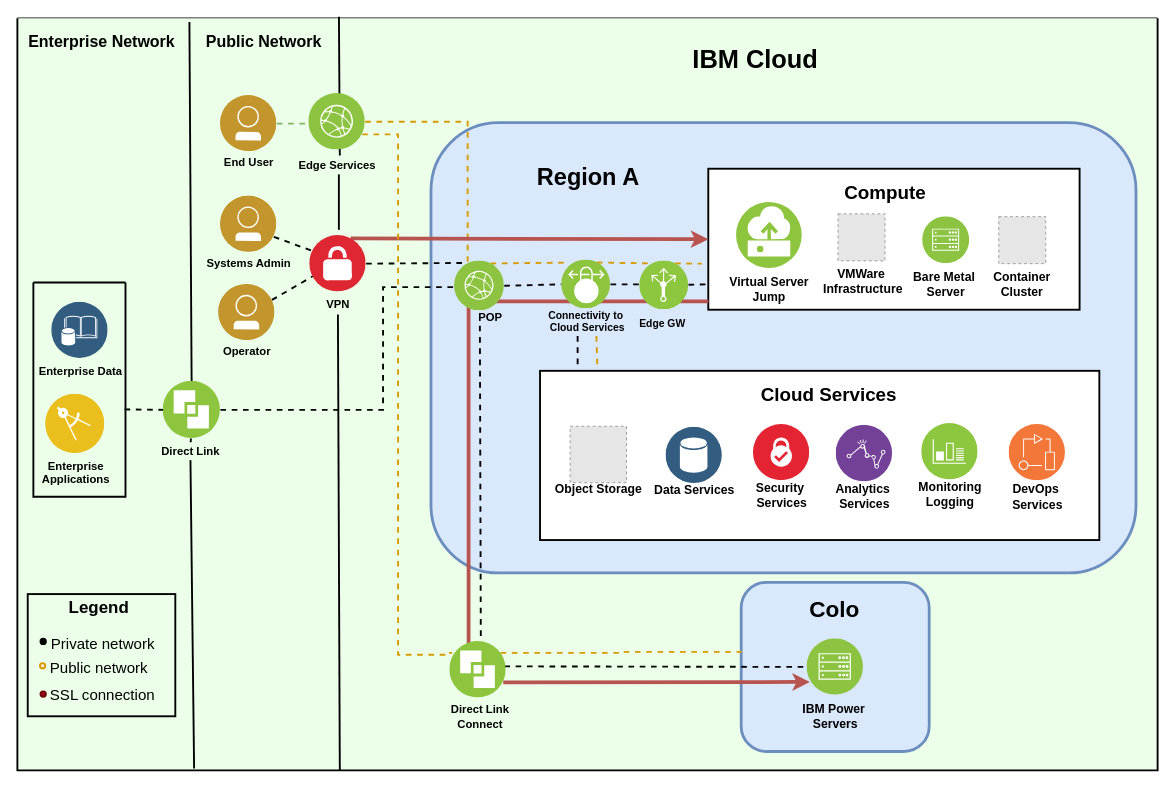
Earlier version of the draw.io diagram page "network-private-ssl" (1 of 7) of diagrams/power-iaas-diagram-enhanced.drawio (ibm-cloud-docs/power-iaas). Source tidied: cells renumbered, new cells numbered last; positions are measured from the earlier drawing's top-left corner, leaving out a move shared by most shapes. Both pictures are drawn from the tidied source at 94%, with x=0, y=0 at pixel (17, 18). Pictures stored in the file or linked from it are replaced by grey dashed boxes.
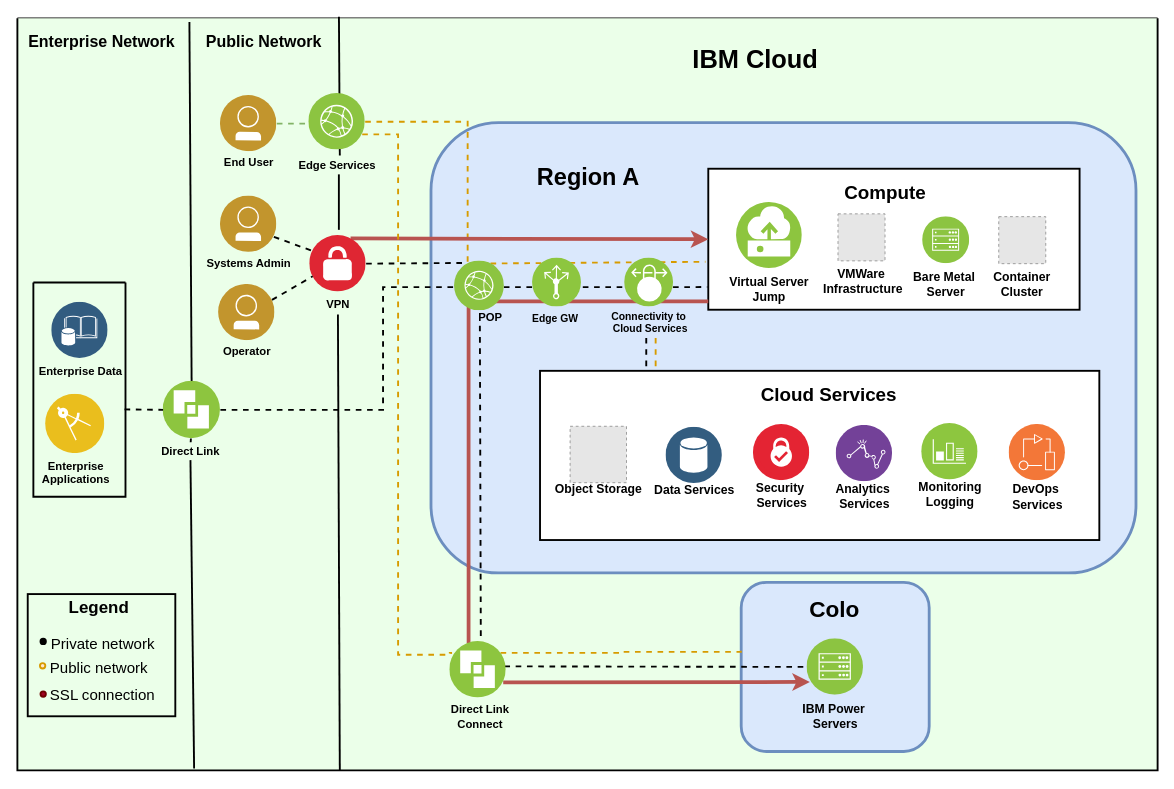
The same diagram, later.

Unchanged cells that the change refers to:
```xml
<mxCell id="4" style="swimlane;shadow=0;align=right;startSize=0;strokeWidth=2;fontStyle=1;fontSize=10;verticalAlign=top;spacingTop=-6;html=1;labelBackgroundColor=none;swimlaneLine=1;swimlaneFillColor=#EBFFE9;" parent="3" vertex="1">
  <mxGeometry width="1213" height="800" as="geometry" />
</mxCell>
<mxCell id="13" style="rounded=1;whiteSpace=wrap;html=1;labelBackgroundColor=none;fillColor=#dae8fc;fontSize=24;align=right;strokeColor=#6c8ebf;strokeWidth=3;" parent="4" vertex="1">
  <mxGeometry x="440" y="111" width="750" height="479" as="geometry" />
</mxCell>
<mxCell id="69" value="Direct Link&lt;br&gt;" style="perimeter=ellipsePerimeter;align=center;shadow=0;dashed=0;fontColor=none;labelBackgroundColor=none;fontSize=12;spacingTop=-4;image;image=img/lib/ibm/vpc/DirectLink.svg;html=1;fontStyle=1;noLabel=1;" parent="63" vertex="1">
  <mxGeometry x="155" y="386" width="61" height="61" as="geometry" />
</mxCell>
```

Diff of the diagram source:
```diff
@@
-    <mxCell id="22" style="edgeStyle=none;rounded=0;jettySize=auto;html=1;exitX=0.75;exitY=0;exitDx=0;exitDy=0;entryX=0.07;entryY=0.056;entryDx=0;entryDy=0;entryPerimeter=0;dashed=1;startArrow=none;startFill=0;endArrow=none;endFill=0;strokeWidth=2;fontSize=11;fontColor=none;fillColor=#ffe6cc;strokeColor=#d79b00;" parent="4" edge="1" source="24" target="41">
-      <mxGeometry relative="1" as="geometry" />
+    <mxCell id="22" style="edgeStyle=none;rounded=0;jettySize=auto;html=1;exitX=0.75;exitY=0;exitDx=0;exitDy=0;dashed=1;startArrow=none;startFill=0;endArrow=none;endFill=0;strokeWidth=2;fontSize=11;fontColor=none;fillColor=#ffe6cc;strokeColor=#d79b00;" parent="4" edge="1" source="24">
+      <mxGeometry relative="1" as="geometry">
+        <mxPoint x="732" y="259" as="targetPoint" />
+      </mxGeometry>
     </mxCell>
-    <mxCell id="23" style="edgeStyle=none;rounded=0;jettySize=auto;html=1;entryX=0;entryY=0.5;entryDx=0;entryDy=0;dashed=1;startArrow=none;startFill=0;endArrow=none;endFill=0;strokeWidth=2;fontSize=11;fontColor=none;exitX=1;exitY=0.5;exitDx=0;exitDy=0;" parent="4" edge="1" source="24" target="41">
-      <mxGeometry relative="1" as="geometry" />
-    </mxCell>
-    <mxCell id="24" value="POP" style="perimeter=ellipsePerimeter;align=right;shadow=0;dashed=0;image;image=img/lib/ibm/infrastructure/edge_services.svg;strokeWidth=3;spacingTop=-6;fontColor=#000000;labelBackgroundColor=none;fontStyle=1;imageBorder=none;imageBackground=none;fontSize=12;" parent="4" vertex="1">
-      <mxGeometry x="465" y="258" width="53" height="53" as="geometry" />
-    </mxCell>
-    <mxCell id="25" style="edgeStyle=none;rounded=0;jettySize=auto;html=1;exitX=0.75;exitY=0;exitDx=0;exitDy=0;entryX=0.25;entryY=0;entryDx=0;entryDy=0;dashed=1;startArrow=none;startFill=0;endArrow=none;endFill=0;strokeWidth=2;fontSize=11;fontColor=none;fillColor=#ffe6cc;strokeColor=#d79b00;" parent="4" edge="1" source="41" target="29">
-      <mxGeometry relative="1" as="geometry" />
-    </mxCell>
-    <mxCell id="26" style="edgeStyle=none;rounded=0;jettySize=auto;html=1;exitX=1;exitY=0.5;exitDx=0;exitDy=0;dashed=1;startArrow=none;startFill=0;endArrow=none;endFill=0;strokeWidth=2;fontSize=11;fontColor=none;" parent="4" edge="1" source="41">
-      <mxGeometry relative="1" as="geometry">
-        <mxPoint x="661" y="283" as="targetPoint" />
-      </mxGeometry>
-    </mxCell>
-    <mxCell id="27" style="edgeStyle=none;rounded=0;jettySize=auto;html=1;dashed=1;startArrow=none;startFill=0;endArrow=none;endFill=0;strokeWidth=2;fontSize=11;fontColor=none;" parent="4" edge="1" source="29">
-      <mxGeometry relative="1" as="geometry">
-        <mxPoint x="735" y="283" as="targetPoint" />
-      </mxGeometry>
-    </mxCell>
-    <mxCell id="28" style="edgeStyle=none;rounded=0;jettySize=auto;html=1;exitX=0.75;exitY=0;exitDx=0;exitDy=0;dashed=1;startArrow=none;startFill=0;endArrow=none;endFill=0;strokeWidth=2;fontSize=11;fontColor=none;fillColor=#ffe6cc;strokeColor=#d79b00;" parent="4" edge="1" source="29">
-      <mxGeometry relative="1" as="geometry">
-        <mxPoint x="728" y="261" as="targetPoint" />
-      </mxGeometry>
-    </mxCell>
-    <mxCell id="29" value="Edge GW" style="perimeter=ellipsePerimeter;align=center;shadow=0;dashed=0;fontColor=none;labelBackgroundColor=none;fontSize=12;spacingTop=-2;image;image=img/lib/ibm/infrastructure/load_balancing_routing.svg;fontStyle=1;labelBorderColor=none;whiteSpace=wrap;noLabel=1;" parent="4" vertex="1">
-      <mxGeometry x="662" y="258" width="52" height="52" as="geometry" />
-    </mxCell>
@@
-    <mxCell id="40" style="edgeStyle=none;rounded=0;orthogonalLoop=1;jettySize=auto;html=1;startArrow=none;startFill=0;endArrow=none;endFill=0;strokeWidth=2;fontSize=13;fontColor=none;dashed=1;" parent="4" edge="1">
+    <mxCell id="40" style="edgeStyle=none;rounded=0;orthogonalLoop=1;jettySize=auto;html=1;startArrow=none;startFill=0;endArrow=none;endFill=0;strokeWidth=2;fontSize=13;fontColor=none;dashed=1;entryX=0.062;entryY=0.003;entryDx=0;entryDy=0;entryPerimeter=0;" parent="4" edge="1">
       <mxGeometry relative="1" as="geometry">
-        <mxPoint x="596" y="338" as="sourcePoint" />
-        <mxPoint x="596" y="370" as="targetPoint" />
+        <mxPoint x="669" y="340" as="sourcePoint" />
+        <mxPoint x="669" y="375" as="targetPoint" />
       </mxGeometry>
     </mxCell>
-    <mxCell id="41" value="Connectivity to&#10; Cloud Services&#10;&#10;" style="perimeter=ellipsePerimeter;align=center;shadow=0;dashed=0;image;image=img/lib/ibm/vpc/VPN.svg;fontColor=#000000;spacingTop=-6;fontStyle=1;fontSize=11;labelBackgroundColor=none;labelBorderColor=none;" parent="4" vertex="1">
-      <mxGeometry x="579" y="257" width="52" height="52" as="geometry" />
-    </mxCell>
@@
-    <mxCell id="50" style="edgeStyle=none;rounded=0;orthogonalLoop=1;jettySize=auto;html=1;startArrow=none;startFill=0;endArrow=none;endFill=0;strokeWidth=2;fontSize=13;fontColor=none;dashed=1;fillColor=#ffe6cc;strokeColor=#d79b00;" parent="4" edge="1">
+    <mxCell id="50" style="edgeStyle=none;rounded=0;orthogonalLoop=1;jettySize=auto;html=1;startArrow=none;startFill=0;endArrow=none;endFill=0;strokeWidth=2;fontSize=13;fontColor=none;dashed=1;fillColor=#ffe6cc;strokeColor=#d79b00;entryX=0.085;entryY=0.003;entryDx=0;entryDy=0;entryPerimeter=0;" parent="4" edge="1">
       <mxGeometry relative="1" as="geometry">
-        <mxPoint x="616" y="338" as="sourcePoint" />
-        <mxPoint x="617" y="372" as="targetPoint" />
+        <mxPoint x="679" y="340" as="sourcePoint" />
+        <mxPoint x="679" y="375" as="targetPoint" />
       </mxGeometry>
     </mxCell>
     <mxCell id="51" value="&lt;font style=&quot;font-size: 11px&quot;&gt;&lt;b&gt;Edge GW&lt;/b&gt;&lt;/font&gt;" style="text;html=1;align=left;verticalAlign=top;spacingTop=-4;fontColor=none;" parent="4" vertex="1">
-      <mxGeometry x="660" y="315" width="60" height="15" as="geometry" />
+      <mxGeometry x="546" y="310" width="60" height="15" as="geometry" />
     </mxCell>
@@
+    <mxCell id="84" parent="0" />
+    <mxCell id="66" style="edgeStyle=orthogonalEdgeStyle;rounded=0;jettySize=auto;html=1;dashed=1;startArrow=none;startFill=0;endArrow=none;endFill=0;strokeWidth=2;fontSize=11;fontColor=none;entryX=0.392;entryY=0.365;entryDx=0;entryDy=0;entryPerimeter=0;" parent="84" edge="1" source="69" target="13">
+      <mxGeometry relative="1" as="geometry">
+        <Array as="points">
+          <mxPoint x="389" y="417" />
+          <mxPoint x="389" y="286" />
+          <mxPoint x="710" y="286" />
+          <mxPoint x="734" y="285" />
+        </Array>
+      </mxGeometry>
+    </mxCell>
@@
-    <mxCell id="66" style="edgeStyle=orthogonalEdgeStyle;rounded=0;jettySize=auto;html=1;dashed=1;startArrow=none;startFill=0;endArrow=none;endFill=0;strokeWidth=2;fontSize=11;fontColor=none;" parent="63" edge="1" source="69" target="24">
-      <mxGeometry relative="1" as="geometry">
-        <Array as="points">
-          <mxPoint x="389" y="417" />
-          <mxPoint x="389" y="286" />
-        </Array>
-      </mxGeometry>
-    </mxCell>
@@
+    <mxCell id="24" value="POP" style="perimeter=ellipsePerimeter;align=right;shadow=0;dashed=0;image;image=img/lib/ibm/infrastructure/edge_services.svg;strokeWidth=3;spacingTop=-6;fontColor=#000000;labelBackgroundColor=none;fontStyle=1;imageBorder=none;imageBackground=none;fontSize=12;" parent="63" vertex="1">
+      <mxGeometry x="465" y="258" width="53" height="53" as="geometry" />
+    </mxCell>
+    <mxCell id="29" value="Edge GW" style="perimeter=ellipsePerimeter;align=center;shadow=0;dashed=0;fontColor=none;labelBackgroundColor=none;fontSize=12;spacingTop=-2;image;image=img/lib/ibm/infrastructure/load_balancing_routing.svg;fontStyle=1;labelBorderColor=none;whiteSpace=wrap;noLabel=1;" parent="63" vertex="1">
+      <mxGeometry x="548" y="255" width="52" height="52" as="geometry" />
+    </mxCell>
+    <mxCell id="41" value="Connectivity to&#10; Cloud Services&#10;&#10;" style="perimeter=ellipsePerimeter;align=center;shadow=0;dashed=0;image;image=img/lib/ibm/vpc/VPN.svg;fontColor=#000000;spacingTop=-3;fontStyle=1;fontSize=11;labelBackgroundColor=none;labelBorderColor=none;" parent="63" vertex="1">
+      <mxGeometry x="646" y="255" width="52" height="52" as="geometry" />
+    </mxCell>
```
